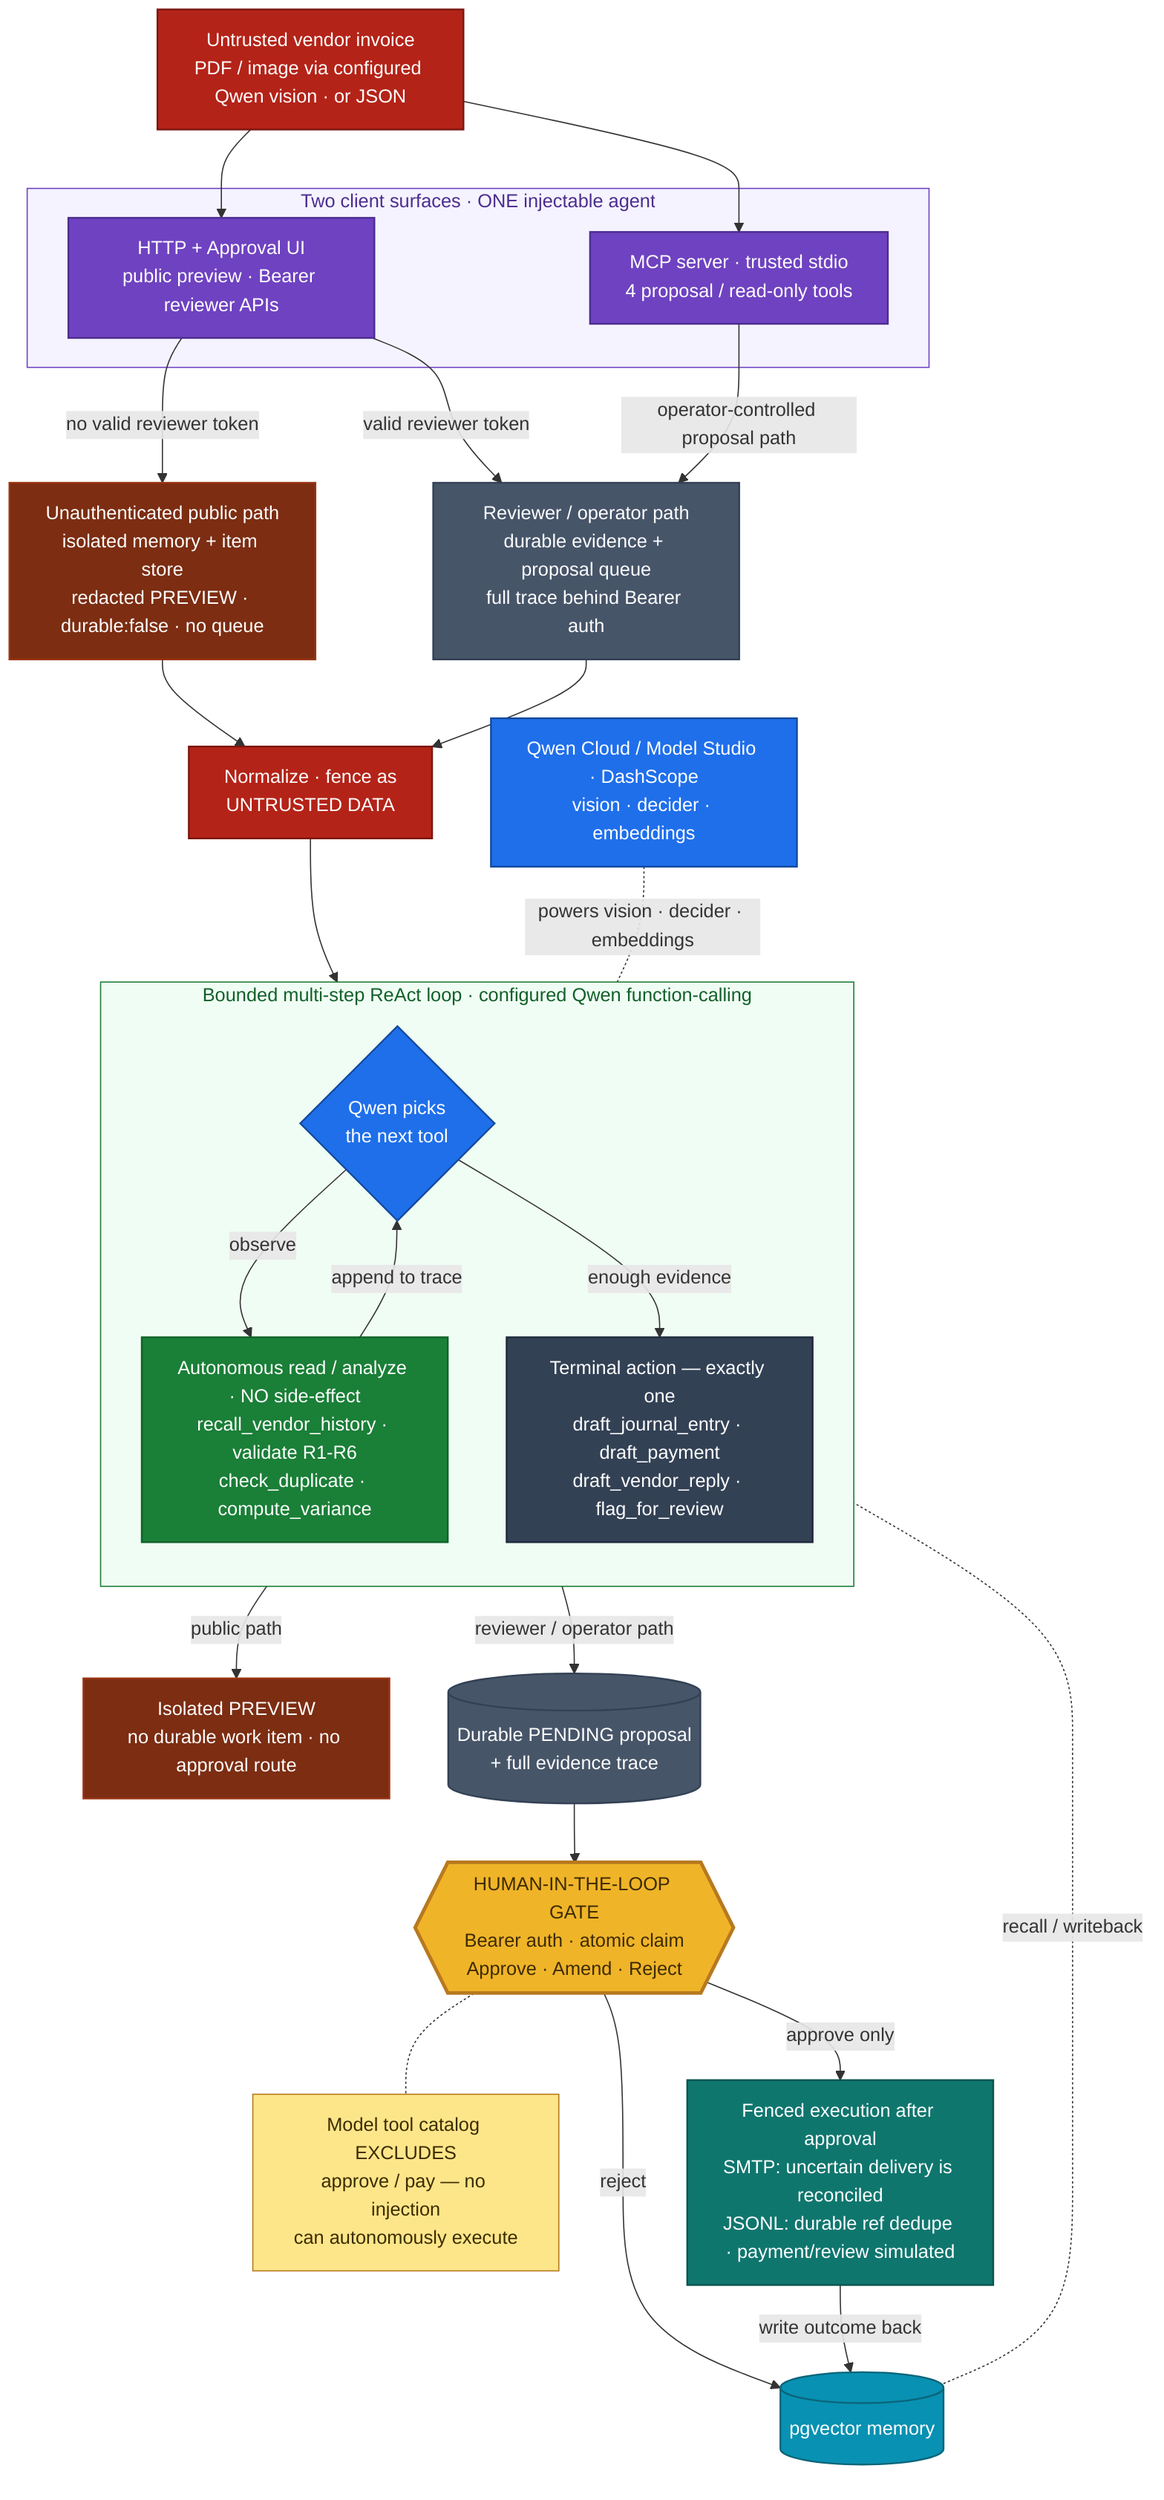
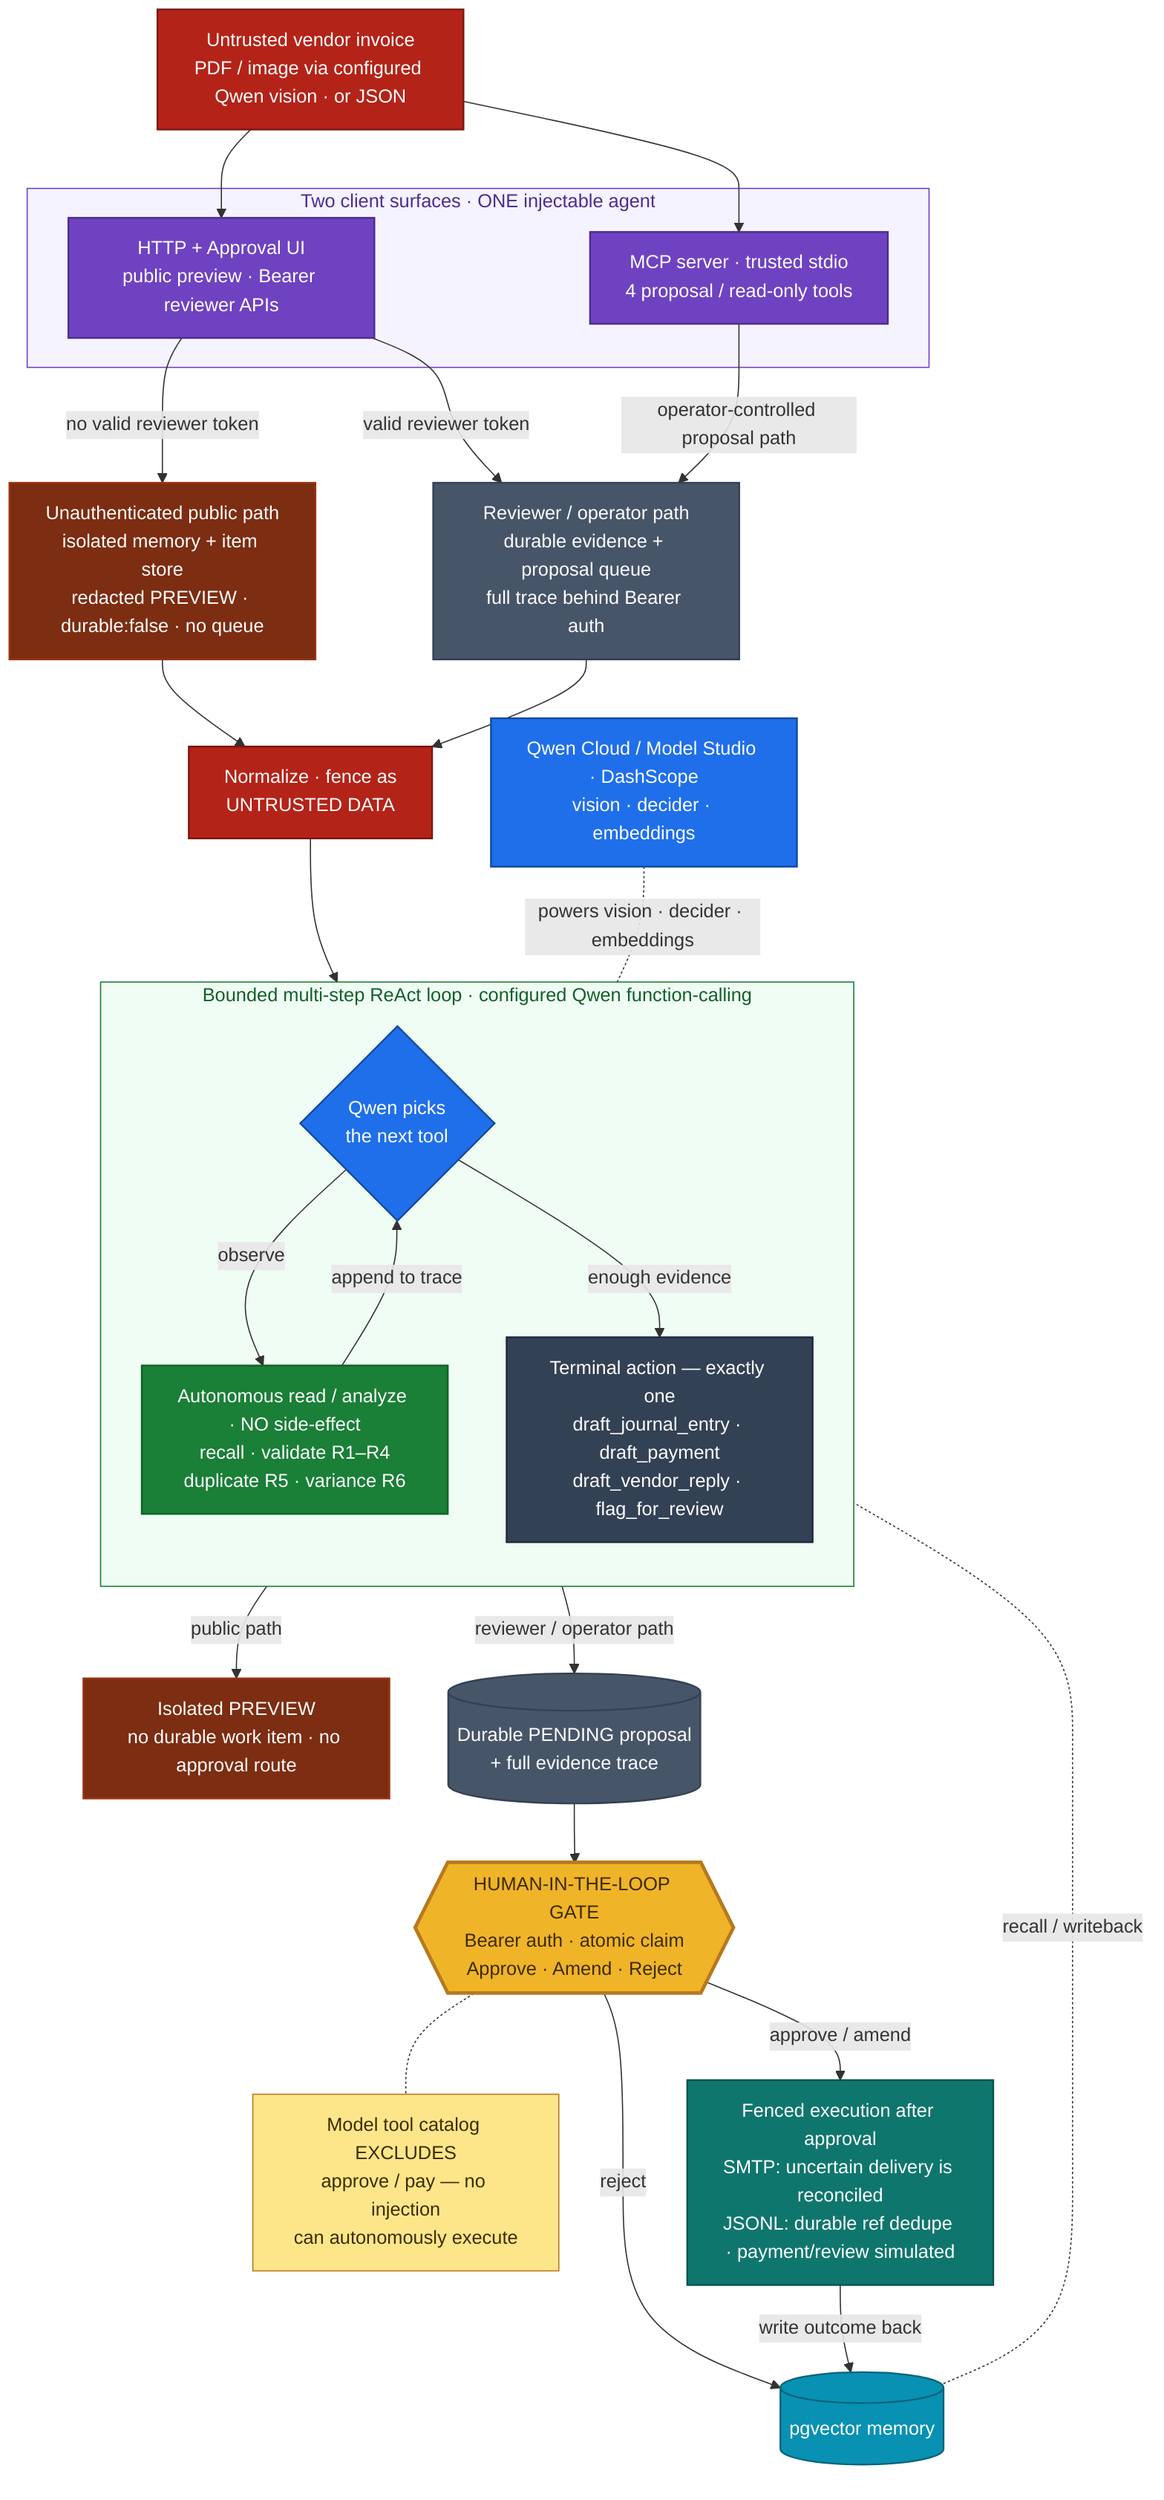
flowchart TD
    IN["Untrusted vendor invoice<br/>PDF / image via configured Qwen vision &middot; or JSON"]:::untrusted

    subgraph SURF["Two client surfaces &middot; ONE injectable agent"]
      HTTP["HTTP + Approval UI<br/>public preview &middot; Bearer reviewer APIs"]:::surface
      MCP["MCP server &middot; trusted stdio<br/>4 proposal / read-only tools"]:::surface
    end

    PUBLIC["Unauthenticated public path<br/>isolated memory + item store<br/>redacted PREVIEW &middot; durable:false &middot; no queue"]:::preview
    REVIEWER["Reviewer / operator path<br/>durable evidence + proposal queue<br/>full trace behind Bearer auth"]:::pending

    NORM["Normalize &middot; fence as<br/>UNTRUSTED DATA"]:::untrusted

    subgraph LOOP["Bounded multi-step ReAct loop &middot; configured Qwen function-calling"]
      direction TB
      DEC{"Qwen picks<br/>the next tool"}:::ai
-       READ["Autonomous read / analyze &middot; NO side-effect<br/>recall_vendor_history &middot; validate R1-R6<br/>check_duplicate &middot; compute_variance"]:::auto
+       READ["Autonomous read / analyze &middot; NO side-effect<br/>recall &middot; validate R1–R4<br/>duplicate R5 &middot; variance R6"]:::auto
      TERM["Terminal action &mdash; exactly one<br/>draft_journal_entry &middot; draft_payment<br/>draft_vendor_reply &middot; flag_for_review"]:::terminal
      DEC -->|observe| READ
      READ -->|append to trace| DEC
      DEC -->|enough evidence| TERM
    end

    PREVIEW["Isolated PREVIEW<br/>no durable work item &middot; no approval route"]:::preview
    PEND[("Durable PENDING proposal<br/>+ full evidence trace")]:::pending
    GATE{{"HUMAN-IN-THE-LOOP GATE<br/>Bearer auth &middot; atomic claim<br/>Approve &middot; Amend &middot; Reject"}}:::gate
    NOTE["Model tool catalog EXCLUDES<br/>approve / pay &mdash; no injection<br/>can autonomously execute"]:::guard
    EXE["Fenced execution after approval<br/>SMTP: uncertain delivery is reconciled<br/>JSONL: durable ref dedupe &middot; payment/review simulated"]:::exec

    MEM[("pgvector memory")]:::memory
    QWEN["Qwen Cloud / Model Studio &middot; DashScope<br/>vision &middot; decider &middot; embeddings"]:::ai

    IN --> HTTP
    IN --> MCP
    HTTP -->|no valid reviewer token| PUBLIC
    HTTP -->|valid reviewer token| REVIEWER
    MCP -->|operator-controlled proposal path| REVIEWER
    PUBLIC --> NORM
    REVIEWER --> NORM
    NORM --> DEC
    TERM -->|public path| PREVIEW
    TERM -->|reviewer / operator path| PEND
    PEND --> GATE
-     GATE -->|approve only| EXE
+     GATE -->|approve / amend| EXE
    GATE -->|reject| MEM
    EXE -->|write outcome back| MEM
    GATE -.- NOTE

    MEM -. recall / writeback .- READ
    QWEN -. powers vision &middot; decider &middot; embeddings .- LOOP

    classDef untrusted fill:#b42318,stroke:#7a1710,stroke-width:1.5px,color:#ffffff;
    classDef surface fill:#6f42c1,stroke:#4c2d8f,stroke-width:1.5px,color:#ffffff;
    classDef ai fill:#1f6feb,stroke:#134a9e,stroke-width:1.5px,color:#ffffff;
    classDef auto fill:#1a7f37,stroke:#116029,stroke-width:1.5px,color:#ffffff;
    classDef terminal fill:#334155,stroke:#1e293b,stroke-width:1.5px,color:#ffffff;
    classDef pending fill:#475569,stroke:#334155,stroke-width:1.5px,color:#ffffff;
    classDef preview fill:#7c2d12,stroke:#9a3412,stroke-width:1.5px,color:#ffffff;
    classDef gate fill:#f0b429,stroke:#b7791f,stroke-width:3px,color:#3d2c00;
    classDef guard fill:#fde68a,stroke:#b7791f,stroke-width:1px,color:#3d2c00;
    classDef exec fill:#0f766e,stroke:#0b544e,stroke-width:1.5px,color:#ffffff;
    classDef memory fill:#0891b2,stroke:#0b647a,stroke-width:1.5px,color:#ffffff;

    style SURF fill:#f5f3ff,stroke:#6f42c1,color:#4c2d8f;
    style LOOP fill:#f0fdf4,stroke:#1a7f37,color:#116029;
